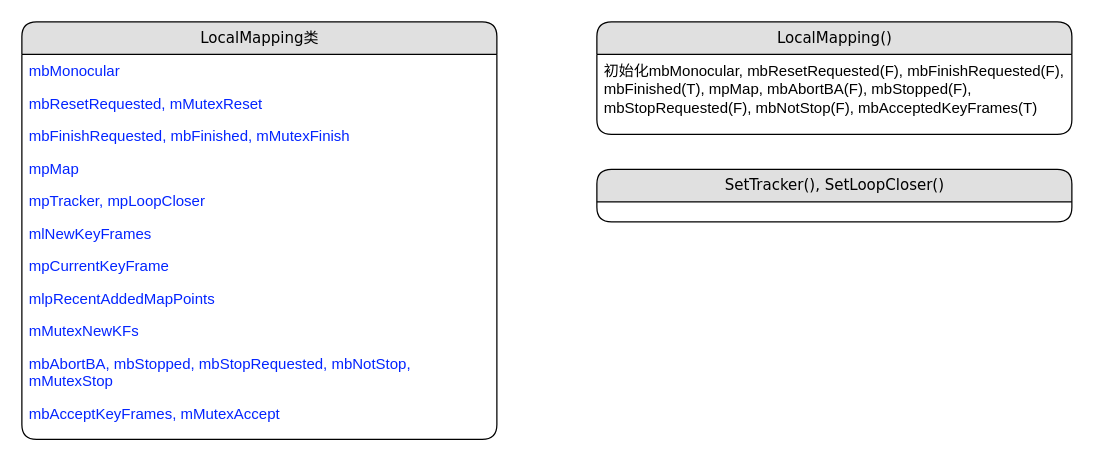
gtx818/visual-SLAM keeps this draw.io diagram as page "LocalMapping" (8 of 13) of Untitled Diagram.drawio. Above is the earlier version. Source tidied: cells renumbered, new cells numbered last; positions are measured from the earlier drawing's top-left corner, leaving out a move shared by most shapes. Both pictures are drawn from the tidied source at 125%, with x=0, y=0 at pixel (21, 21).
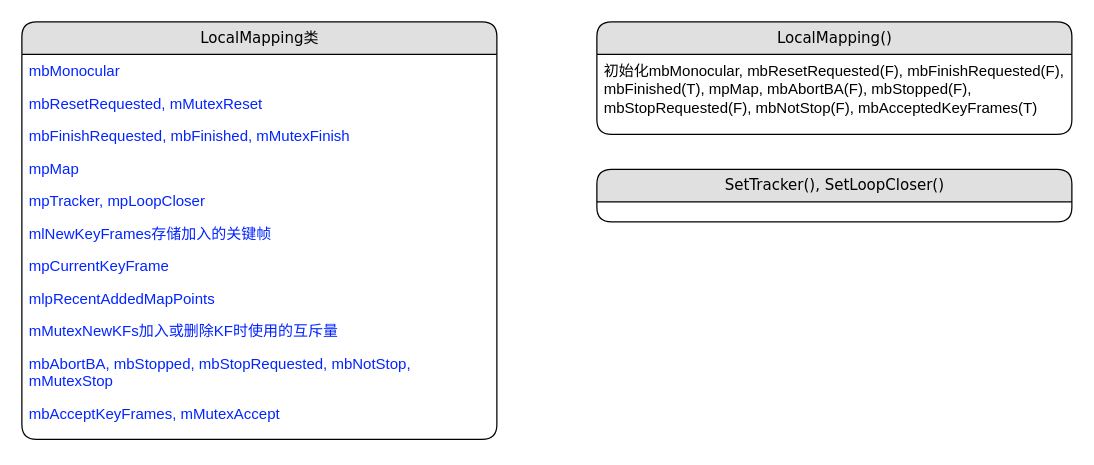
The same page after the edit.

What changed in the source:
```diff
@@
 <mxGraphModel>
   <root>
     <mxCell id="0" />
     <mxCell id="1" parent="0" />
     <mxCell id="2" value="LocalMapping类" style="swimlane;html=1;fontStyle=0;horizontal=1;startSize=26;fillColor=#e0e0e0;swimlaneFillColor=#ffffff;align=center;rounded=1;shadow=0;comic=0;labelBackgroundColor=none;strokeWidth=1;fontFamily=Verdana;fontSize=12;" parent="1" vertex="1">
       <mxGeometry width="380" height="334" as="geometry" />
     </mxCell>
     <mxCell id="3" value="mbMonocular" style="text;html=1;strokeColor=none;fillColor=none;spacingLeft=4;spacingRight=4;whiteSpace=wrap;overflow=hidden;fontColor=#0324FF;" parent="2" vertex="1">
       <mxGeometry y="26" width="380" height="26" as="geometry" />
     </mxCell>
     <mxCell id="4" value="mbResetRequested, mMutexReset" style="text;html=1;strokeColor=none;fillColor=none;spacingLeft=4;spacingRight=4;whiteSpace=wrap;overflow=hidden;fontColor=#0324FF;" parent="2" vertex="1">
       <mxGeometry y="52" width="380" height="26" as="geometry" />
     </mxCell>
     <mxCell id="5" value="mbFinishRequested, mbFinished, mMutexFinish" style="text;html=1;strokeColor=none;fillColor=none;spacingLeft=4;spacingRight=4;whiteSpace=wrap;overflow=hidden;fontColor=#0324FF;" parent="2" vertex="1">
       <mxGeometry y="78" width="380" height="26" as="geometry" />
     </mxCell>
     <mxCell id="6" value="mpMap" style="text;html=1;strokeColor=none;fillColor=none;spacingLeft=4;spacingRight=4;whiteSpace=wrap;overflow=hidden;fontColor=#0324FF;" parent="2" vertex="1">
       <mxGeometry y="104" width="380" height="26" as="geometry" />
     </mxCell>
     <mxCell id="7" value="mpTracker, mpLoopCloser" style="text;html=1;strokeColor=none;fillColor=none;spacingLeft=4;spacingRight=4;whiteSpace=wrap;overflow=hidden;fontColor=#0324FF;" parent="2" vertex="1">
       <mxGeometry y="130" width="380" height="26" as="geometry" />
     </mxCell>
-    <mxCell id="8" value="mlNewKeyFrames" style="text;html=1;strokeColor=none;fillColor=none;spacingLeft=4;spacingRight=4;whiteSpace=wrap;overflow=hidden;fontColor=#0324FF;" parent="2" vertex="1">
+    <mxCell id="8" value="mlNewKeyFrames存储加入的关键帧" style="text;html=1;strokeColor=none;fillColor=none;spacingLeft=4;spacingRight=4;whiteSpace=wrap;overflow=hidden;fontColor=#0324FF;" parent="2" vertex="1">
       <mxGeometry y="156" width="380" height="26" as="geometry" />
     </mxCell>
     <mxCell id="9" value="&lt;font&gt;mpCurrentKeyFrame&lt;/font&gt;" style="text;html=1;strokeColor=none;fillColor=none;spacingLeft=4;spacingRight=4;whiteSpace=wrap;overflow=hidden;fontColor=#0324FF;" parent="2" vertex="1">
       <mxGeometry y="182" width="380" height="26" as="geometry" />
     </mxCell>
     <mxCell id="10" value="&lt;font&gt;mlpRecentAddedMapPoints&lt;/font&gt;" style="text;html=1;strokeColor=none;fillColor=none;spacingLeft=4;spacingRight=4;whiteSpace=wrap;overflow=hidden;fontColor=#0324FF;" parent="2" vertex="1">
       <mxGeometry y="208" width="380" height="26" as="geometry" />
     </mxCell>
-    <mxCell id="11" value="&lt;font&gt;mMutexNewKFs&lt;/font&gt;" style="text;html=1;strokeColor=none;fillColor=none;spacingLeft=4;spacingRight=4;whiteSpace=wrap;overflow=hidden;fontColor=#0324FF;" parent="2" vertex="1">
+    <mxCell id="11" value="&lt;font&gt;mMutexNewKFs加入或删除KF时使用的互斥量&lt;/font&gt;" style="text;html=1;strokeColor=none;fillColor=none;spacingLeft=4;spacingRight=4;whiteSpace=wrap;overflow=hidden;fontColor=#0324FF;" parent="2" vertex="1">
       <mxGeometry y="234" width="380" height="26" as="geometry" />
     </mxCell>
     <mxCell id="12" value="&lt;font&gt;mbAbortBA, mbStopped, mbStopRequested, mbNotStop, mMutexStop&lt;/font&gt;" style="text;html=1;strokeColor=none;fillColor=none;spacingLeft=4;spacingRight=4;whiteSpace=wrap;overflow=hidden;fontColor=#0324FF;" parent="2" vertex="1">
       <mxGeometry y="260" width="380" height="40" as="geometry" />
     </mxCell>
     <mxCell id="13" value="&lt;font&gt;mbAcceptKeyFrames, mMutexAccept&lt;/font&gt;" style="text;html=1;strokeColor=none;fillColor=none;spacingLeft=4;spacingRight=4;whiteSpace=wrap;overflow=hidden;fontColor=#0324FF;" parent="2" vertex="1">
       <mxGeometry y="300" width="380" height="34" as="geometry" />
     </mxCell>
     <mxCell id="14" value="LocalMapping()" style="swimlane;html=1;fontStyle=0;horizontal=1;startSize=26;fillColor=#e0e0e0;swimlaneFillColor=#ffffff;align=center;rounded=1;shadow=0;comic=0;labelBackgroundColor=none;strokeWidth=1;fontFamily=Verdana;fontSize=12;" parent="1" vertex="1">
       <mxGeometry x="460" width="380" height="90" as="geometry" />
     </mxCell>
     <mxCell id="15" value="初始化mbMonocular, mbResetRequested(F), mbFinishRequested(F), mbFinished(T), mpMap, mbAbortBA(F), mbStopped(F), mbStopRequested(F), mbNotStop(F), mbAcceptedKeyFrames(T)" style="text;html=1;strokeColor=none;fillColor=none;spacingLeft=4;spacingRight=4;whiteSpace=wrap;overflow=hidden;fontColor=#000000;" parent="14" vertex="1">
       <mxGeometry y="26" width="380" height="64" as="geometry" />
     </mxCell>
     <mxCell id="16" value="SetTracker(), SetLoopCloser()" style="swimlane;html=1;fontStyle=0;horizontal=1;startSize=26;fillColor=#e0e0e0;swimlaneFillColor=#ffffff;align=center;rounded=1;shadow=0;comic=0;labelBackgroundColor=none;strokeWidth=1;fontFamily=Verdana;fontSize=12;" parent="1" vertex="1">
       <mxGeometry x="460" y="118" width="380" height="42" as="geometry" />
     </mxCell>
   </root>
 </mxGraphModel>
```
